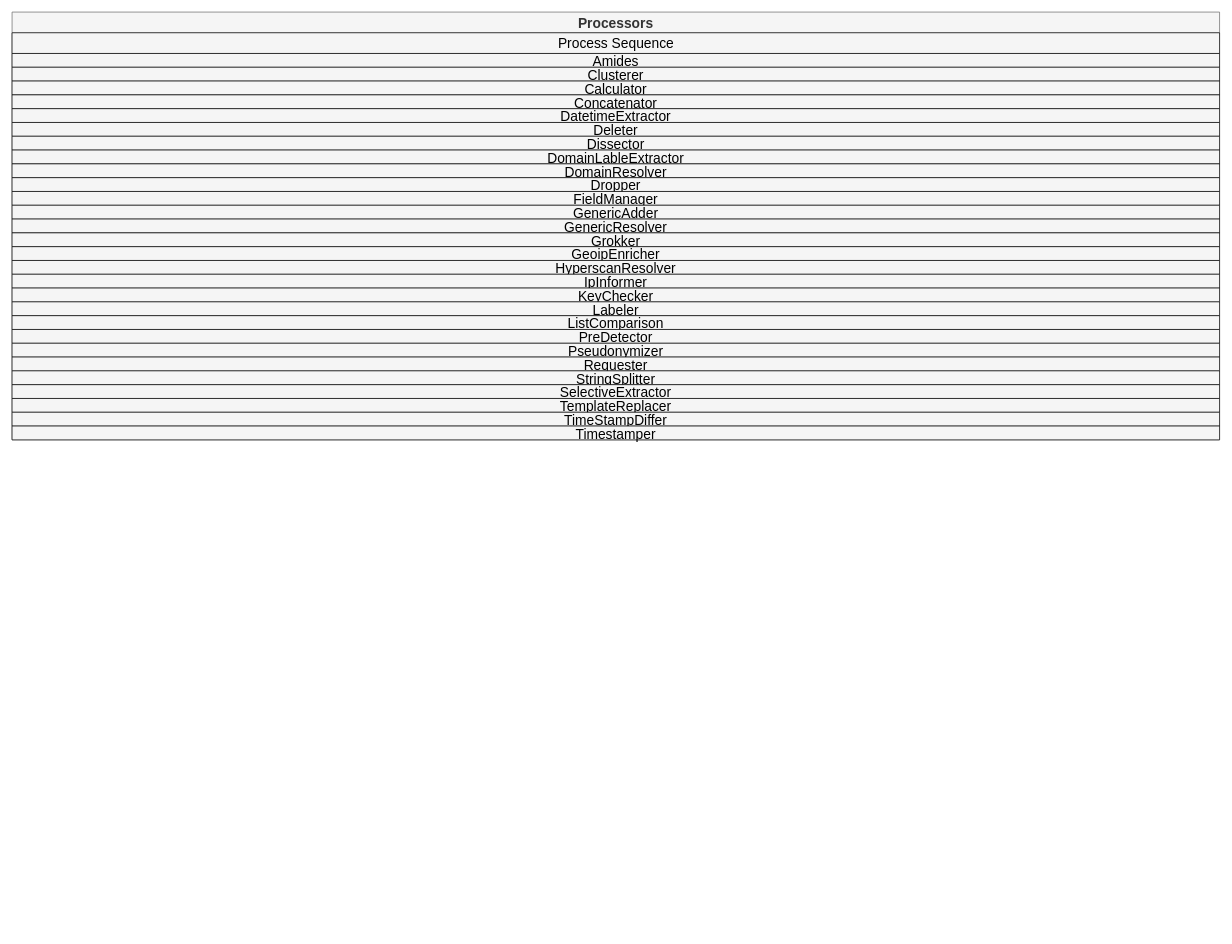
This is doc/source/development/architecture/diagramms/process-Combined.drawio from fkie-cad/Logprep, a draw.io file, before an edit. Source tidied: cells renumbered, new cells numbered last; positions are measured from the earlier drawing's top-left corner, leaving out a move shared by most shapes. Both pictures are drawn from the tidied source at 69%, with x=0, y=0 at pixel (12, 12).
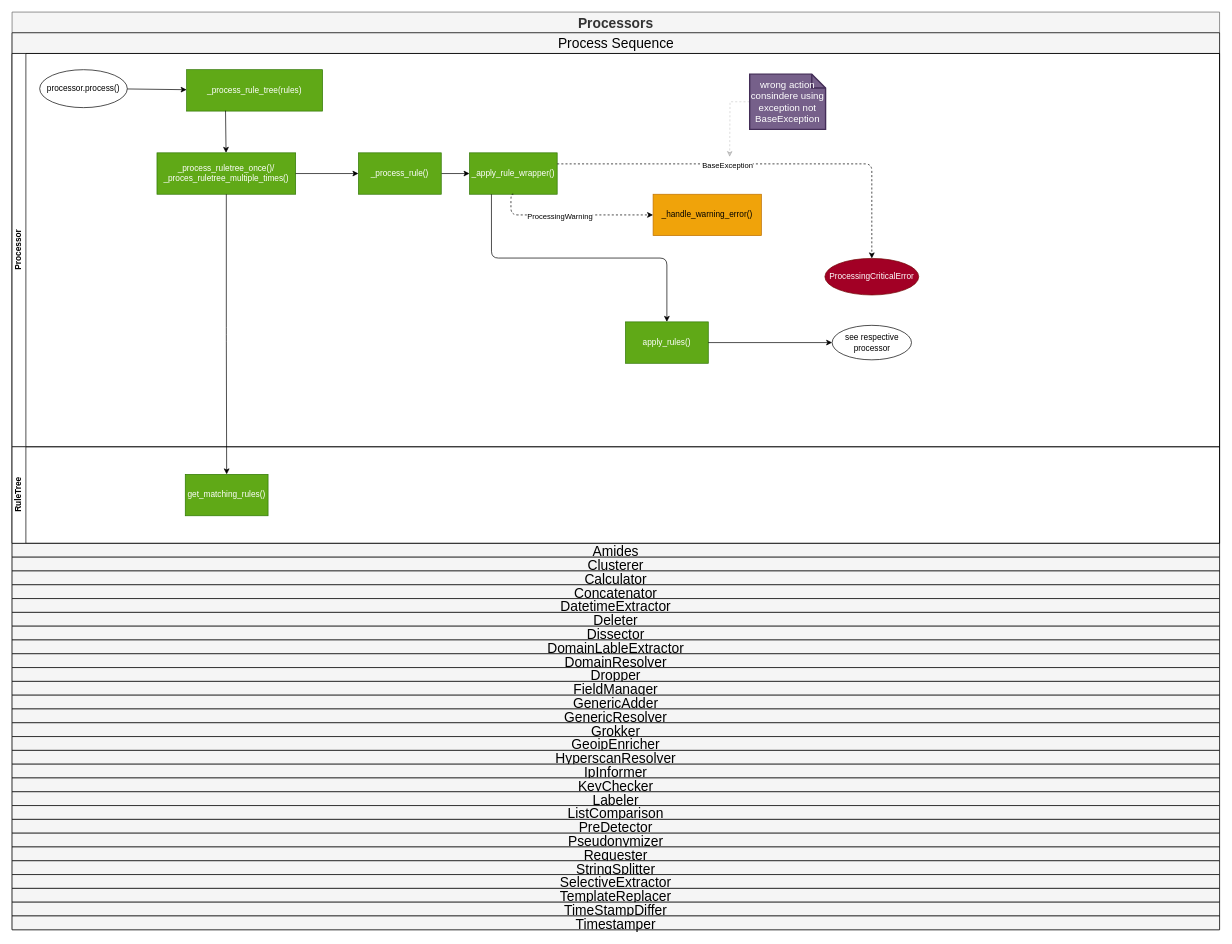
The same diagram, later.

Commit message (it also covers changes not shown here):
Update diagrams for single rule tree

Diff of the diagram source:
```diff
@@
     <mxCell id="2" value="Processors" style="swimlane;horizontal=1;startSize=30;fontSize=20;fontStyle=1;fillColor=#f5f5f5;fontColor=#333333;strokeColor=#666666;" parent="1" vertex="1">
-      <mxGeometry width="1750" height="620" as="geometry" />
+      <mxGeometry width="1750" height="1330" as="geometry" />
     </mxCell>
-    <mxCell id="3" value="&lt;span style=&quot;text-align: left;&quot;&gt;&lt;font style=&quot;font-size: 20px;&quot;&gt;Process Sequence&lt;/font&gt;&lt;/span&gt;" style="swimlane;horizontal=1;startSize=30;html=1;fillColor=#f5f5f5;fontColor=#000000;strokeColor=#000000;fontStyle=0;" parent="2" vertex="1" collapsed="1">
-      <mxGeometry y="30" width="1750" height="30" as="geometry" />
+    <mxCell id="3" value="&lt;span style=&quot;text-align: left;&quot;&gt;&lt;font style=&quot;font-size: 20px;&quot;&gt;Process Sequence&lt;/font&gt;&lt;/span&gt;" style="swimlane;horizontal=1;startSize=30;html=1;fillColor=#f5f5f5;fontColor=#000000;strokeColor=#000000;fontStyle=0;" parent="2" vertex="1">
+      <mxGeometry y="30" width="1750" height="740" as="geometry" />
     </mxCell>
+    <mxCell id="32" value="Processor&lt;br&gt;" style="swimlane;startSize=20;horizontal=0;html=1;" parent="3" vertex="1">
+      <mxGeometry y="30" width="1750" height="570" as="geometry" />
+    </mxCell>
+    <mxCell id="33" value="_process_rule_tree(rules)" style="rounded=0;whiteSpace=wrap;html=1;fillColor=#60a917;fontColor=#ffffff;strokeColor=#2D7600;" parent="32" vertex="1">
+      <mxGeometry x="253" y="23.5" width="197" height="60" as="geometry" />
+    </mxCell>
+    <mxCell id="34" value="_apply_rule_wrapper()" style="whiteSpace=wrap;html=1;rounded=0;fillColor=#60a917;fontColor=#ffffff;strokeColor=#2D7600;" parent="32" vertex="1">
+      <mxGeometry x="663" y="144" width="127" height="60" as="geometry" />
+    </mxCell>
+    <mxCell id="35" style="edgeStyle=none;html=1;" parent="32" edge="1" source="36" target="34">
+      <mxGeometry relative="1" as="geometry" />
+    </mxCell>
+    <mxCell id="36" value="_process_rule()" style="whiteSpace=wrap;html=1;rounded=0;fillColor=#60a917;fontColor=#ffffff;strokeColor=#2D7600;" parent="32" vertex="1">
+      <mxGeometry x="502" y="144" width="120" height="60" as="geometry" />
+    </mxCell>
+    <mxCell id="37" value="apply_rules()" style="whiteSpace=wrap;html=1;rounded=0;fillColor=#60a917;fontColor=#ffffff;strokeColor=#2D7600;" parent="32" vertex="1">
+      <mxGeometry x="889" y="389" width="120" height="60" as="geometry" />
+    </mxCell>
+    <mxCell id="38" style="edgeStyle=orthogonalEdgeStyle;html=1;exitX=0.25;exitY=1;exitDx=0;exitDy=0;" parent="32" edge="1" source="34" target="37">
+      <mxGeometry relative="1" as="geometry" />
+    </mxCell>
+    <mxCell id="39" value="see respective processor" style="ellipse;whiteSpace=wrap;html=1;rounded=0;" parent="32" vertex="1">
+      <mxGeometry x="1188.5" y="394" width="115" height="50" as="geometry" />
+    </mxCell>
+    <mxCell id="40" style="edgeStyle=none;html=1;" parent="32" edge="1" source="37" target="39">
+      <mxGeometry relative="1" as="geometry" />
+    </mxCell>
+    <mxCell id="41" value="_handle_warning_error()" style="rounded=0;whiteSpace=wrap;html=1;fillColor=#f0a30a;fontColor=#000000;strokeColor=#BD7000;" parent="32" vertex="1">
+      <mxGeometry x="929" y="204" width="157" height="60" as="geometry" />
+    </mxCell>
+    <mxCell id="42" style="edgeStyle=orthogonalEdgeStyle;html=1;entryX=0;entryY=0.5;entryDx=0;entryDy=0;dashed=1;exitX=0.5;exitY=1;exitDx=0;exitDy=0;" parent="32" edge="1" source="34" target="41">
+      <mxGeometry relative="1" as="geometry">
+        <Array as="points">
+          <mxPoint x="723" y="234" />
+        </Array>
+      </mxGeometry>
+    </mxCell>
+    <mxCell id="43" value="ProcessingWarning" style="edgeLabel;html=1;align=center;verticalAlign=middle;" parent="42" vertex="1">
+      <mxGeometry x="-0.13" y="-1" relative="1" as="geometry" />
+    </mxCell>
+    <mxCell id="44" value="processor.process()" style="ellipse;whiteSpace=wrap;html=1;" parent="32" vertex="1">
+      <mxGeometry x="40" y="23.5" width="127" height="55" as="geometry" />
+    </mxCell>
+    <mxCell id="45" style="edgeStyle=none;html=1;" parent="32" edge="1" source="44" target="33">
+      <mxGeometry relative="1" as="geometry" />
+    </mxCell>
+    <mxCell id="46" value="_process_ruletree_once()/&lt;br&gt;_proces_ruletree_multiple_times()" style="rounded=0;whiteSpace=wrap;html=1;fillColor=#60a917;fontColor=#ffffff;strokeColor=#2D7600;" parent="32" vertex="1">
+      <mxGeometry x="210" y="144" width="201" height="60" as="geometry" />
+    </mxCell>
+    <mxCell id="47" style="edgeStyle=orthogonalEdgeStyle;html=1;entryX=0;entryY=0.5;entryDx=0;entryDy=0;" parent="32" edge="1" source="46" target="36">
+      <mxGeometry relative="1" as="geometry" />
+    </mxCell>
+    <mxCell id="48" style="edgeStyle=none;html=1;exitX=0.286;exitY=0.99;exitDx=0;exitDy=0;exitPerimeter=0;" parent="32" edge="1" source="33" target="46">
+      <mxGeometry relative="1" as="geometry" />
+    </mxCell>
+    <mxCell id="49" style="edgeStyle=orthogonalEdgeStyle;rounded=0;jettySize=auto;html=1;exitX=0;exitY=0.5;exitDx=0;exitDy=0;exitPerimeter=0;dashed=1;opacity=20;" parent="32" edge="1" source="50">
+      <mxGeometry relative="1" as="geometry">
+        <mxPoint x="1040" y="150" as="targetPoint" />
+      </mxGeometry>
+    </mxCell>
+    <mxCell id="50" value="wrong action consindere using exception not BaseException" style="shape=note;strokeWidth=2;fontSize=14;size=20;whiteSpace=wrap;html=1;fillColor=#76608a;strokeColor=#432D57;fontColor=#ffffff;" parent="32" vertex="1">
+      <mxGeometry x="1069" y="30" width="110" height="80" as="geometry" />
+    </mxCell>
+    <mxCell id="51" value="RuleTree" style="swimlane;startSize=20;horizontal=0;html=1;" parent="3" vertex="1">
+      <mxGeometry y="600" width="1750" height="140" as="geometry" />
+    </mxCell>
+    <mxCell id="52" value="ProcessingCriticalError" style="ellipse;whiteSpace=wrap;html=1;fillColor=#a20025;fontColor=#ffffff;strokeColor=#6F0000;" parent="51" vertex="1">
+      <mxGeometry x="1178" y="-273" width="136" height="53" as="geometry" />
+    </mxCell>
+    <mxCell id="53" value="get_matching_rules()" style="rounded=0;whiteSpace=wrap;html=1;fillColor=#60a917;fontColor=#ffffff;strokeColor=#2D7600;" parent="51" vertex="1">
+      <mxGeometry x="251" y="40" width="120" height="60" as="geometry" />
+    </mxCell>
+    <mxCell id="54" style="edgeStyle=orthogonalEdgeStyle;html=1;dashed=1;entryX=0.5;entryY=0;entryDx=0;entryDy=0;" parent="3" edge="1" source="34" target="52">
+      <mxGeometry relative="1" as="geometry">
+        <Array as="points">
+          <mxPoint x="1246" y="190" />
+        </Array>
+      </mxGeometry>
+    </mxCell>
+    <mxCell id="55" value="BaseException" style="edgeLabel;html=1;align=center;verticalAlign=middle;" parent="54" vertex="1">
+      <mxGeometry x="-0.17" y="-1" relative="1" as="geometry" />
+    </mxCell>
+    <mxCell id="56" style="edgeStyle=orthogonalEdgeStyle;html=1;" parent="3" edge="1" source="46" target="53">
+      <mxGeometry relative="1" as="geometry" />
+    </mxCell>
     <mxCell id="4" value="Amides" style="swimlane;horizontal=1;startSize=30;fontSize=20;fontStyle=0;fillColor=#f5f5f5;fontColor=#000000;strokeColor=#000000;verticalAlign=middle;" parent="2" vertex="1" collapsed="1">
-      <mxGeometry y="60" width="1750" height="20" as="geometry" />
+      <mxGeometry y="770" width="1750" height="20" as="geometry" />
     </mxCell>
     <mxCell id="5" value="Clusterer" style="swimlane;horizontal=1;startSize=30;fontSize=20;fontStyle=0;fillColor=#f5f5f5;fontColor=#000000;strokeColor=#000000;" parent="2" vertex="1" collapsed="1">
-      <mxGeometry y="80" width="1750" height="20" as="geometry" />
+      <mxGeometry y="790" width="1750" height="20" as="geometry" />
     </mxCell>
     <mxCell id="6" value="Calculator" style="swimlane;horizontal=1;startSize=30;fontSize=20;fontStyle=0;fillColor=#f5f5f5;fontColor=#000000;strokeColor=#000000;labelBorderColor=none;swimlaneFillColor=none;" parent="2" vertex="1" collapsed="1">
-      <mxGeometry y="100" width="1750" height="20" as="geometry" />
+      <mxGeometry y="810" width="1750" height="20" as="geometry" />
     </mxCell>
     <mxCell id="7" value="Concatenator" style="swimlane;horizontal=1;startSize=40;fontSize=20;fillColor=#f5f5f5;fontColor=#000000;fontStyle=0;swimlaneFillColor=none;gradientColor=none;strokeColor=#000000;" parent="2" vertex="1" collapsed="1">
-      <mxGeometry y="120" width="1750" height="20" as="geometry" />
+      <mxGeometry y="830" width="1750" height="20" as="geometry" />
     </mxCell>
     <mxCell id="8" value="DatetimeExtractor" style="swimlane;horizontal=1;startSize=40;fontSize=20;fontStyle=0;fillColor=#f5f5f5;labelBorderColor=none;fontColor=#000000;strokeColor=#000000;" parent="2" vertex="1" collapsed="1">
-      <mxGeometry y="140" width="1750" height="20" as="geometry" />
+      <mxGeometry y="850" width="1750" height="20" as="geometry" />
     </mxCell>
     <mxCell id="9" value="Deleter" style="swimlane;horizontal=1;startSize=20;fontStyle=0;fontSize=20;fillColor=#F5F5F5;fontColor=#000000;strokeColor=#000000;" parent="2" vertex="1" collapsed="1">
-      <mxGeometry y="160" width="1750" height="20" as="geometry" />
+      <mxGeometry y="870" width="1750" height="20" as="geometry" />
     </mxCell>
     <mxCell id="10" value="Dissector" style="swimlane;horizontal=1;startSize=30;fontStyle=0;fontSize=20;fillColor=#f5f5f5;fontColor=#000000;strokeColor=#000000;" parent="2" vertex="1" collapsed="1">
-      <mxGeometry y="180" width="1750" height="20" as="geometry" />
+      <mxGeometry y="890" width="1750" height="20" as="geometry" />
     </mxCell>
     <mxCell id="11" value="DomainLableExtractor" style="swimlane;horizontal=1;startSize=30;fontStyle=0;fontSize=20;strokeColor=#000000;fillColor=#f5f5f5;fontColor=#000000;" parent="2" vertex="1" collapsed="1">
-      <mxGeometry y="200" width="1750" height="20" as="geometry" />
+      <mxGeometry y="910" width="1750" height="20" as="geometry" />
     </mxCell>
     <mxCell id="12" value="DomainResolver" style="swimlane;horizontal=1;startSize=30;fontStyle=0;fontColor=#000000;fontSize=20;strokeColor=#000000;fillColor=#F5F5F5;" parent="2" vertex="1" collapsed="1">
-      <mxGeometry y="220" width="1750" height="20" as="geometry" />
+      <mxGeometry y="930" width="1750" height="20" as="geometry" />
     </mxCell>
     <mxCell id="13" value="Dropper" style="swimlane;horizontal=1;startSize=30;fontStyle=0;fontSize=20;fontColor=#000000;fillColor=#F5F5F5;strokeColor=#000000;" parent="2" vertex="1" collapsed="1">
-      <mxGeometry y="240" width="1750" height="20" as="geometry" />
+      <mxGeometry y="950" width="1750" height="20" as="geometry" />
     </mxCell>
     <mxCell id="14" value="FieldManager" style="swimlane;horizontal=1;startSize=30;fontStyle=0;fontSize=20;fontColor=#000000;strokeColor=#000000;fillColor=#F5F5F5;" parent="2" vertex="1" collapsed="1">
-      <mxGeometry y="260" width="1750" height="20" as="geometry" />
+      <mxGeometry y="970" width="1750" height="20" as="geometry" />
     </mxCell>
     <mxCell id="15" value="GenericAdder" style="swimlane;horizontal=1;startSize=30;fontStyle=0;fontSize=20;fontColor=#000000;strokeColor=#000000;fillColor=#F5F5F5;" parent="2" vertex="1" collapsed="1">
-      <mxGeometry y="280" width="1750" height="20" as="geometry" />
+      <mxGeometry y="990" width="1750" height="20" as="geometry" />
     </mxCell>
     <mxCell id="16" value="GenericResolver" style="swimlane;horizontal=1;startSize=30;fontStyle=0;fontSize=20;fontColor=#000000;strokeColor=#000000;fillColor=#F5F5F5;" parent="2" vertex="1" collapsed="1">
-      <mxGeometry y="300" width="1750" height="20" as="geometry" />
+      <mxGeometry y="1010" width="1750" height="20" as="geometry" />
     </mxCell>
     <mxCell id="17" value="Grokker" style="swimlane;horizontal=1;startSize=30;fontStyle=0;fontSize=20;fontColor=#000000;strokeColor=#000000;fillColor=#F5F5F5;" parent="2" vertex="1" collapsed="1">
-      <mxGeometry y="320" width="1750" height="20" as="geometry" />
+      <mxGeometry y="1030" width="1750" height="20" as="geometry" />
     </mxCell>
     <mxCell id="18" value="GeoipEnricher" style="swimlane;horizontal=1;startSize=30;fontStyle=0;fontSize=20;fontColor=#000000;strokeColor=#000000;fillColor=#F5F5F5;" parent="2" vertex="1" collapsed="1">
-      <mxGeometry y="340" width="1750" height="20" as="geometry" />
+      <mxGeometry y="1050" width="1750" height="20" as="geometry" />
     </mxCell>
     <mxCell id="19" value="HyperscanResolver" style="swimlane;horizontal=1;startSize=30;fontStyle=0;fontColor=#000000;fontSize=20;fillColor=#F5F5F5;strokeColor=#000000;" parent="2" vertex="1" collapsed="1">
-      <mxGeometry y="360" width="1750" height="20" as="geometry" />
+      <mxGeometry y="1070" width="1750" height="20" as="geometry" />
     </mxCell>
     <mxCell id="20" value="IpInformer" style="swimlane;horizontal=1;startSize=30;fontStyle=0;fontColor=#000000;fontSize=20;fillColor=#F5F5F5;strokeColor=#000000;" parent="2" vertex="1" collapsed="1">
-      <mxGeometry y="380" width="1750" height="20" as="geometry" />
+      <mxGeometry y="1090" width="1750" height="20" as="geometry" />
     </mxCell>
     <mxCell id="21" value="KeyChecker" style="swimlane;horizontal=1;startSize=30;fontStyle=0;fontColor=#000000;fontSize=20;strokeColor=#000000;fillColor=#F5F5F5;" parent="2" vertex="1" collapsed="1">
-      <mxGeometry y="400" width="1750" height="20" as="geometry" />
+      <mxGeometry y="1110" width="1750" height="20" as="geometry" />
     </mxCell>
     <mxCell id="22" value="Labeler" style="swimlane;horizontal=1;startSize=30;fontStyle=0;fontColor=#000000;fontSize=20;strokeColor=#000000;fillColor=#F5F5F5;" parent="2" vertex="1" collapsed="1">
-      <mxGeometry y="420" width="1750" height="20" as="geometry" />
+      <mxGeometry y="1130" width="1750" height="20" as="geometry" />
     </mxCell>
     <mxCell id="23" value="ListComparison" style="swimlane;horizontal=1;startSize=30;fontStyle=0;fontColor=#000000;fontSize=20;strokeColor=#000000;fillColor=#F5F5F5;" parent="2" vertex="1" collapsed="1">
-      <mxGeometry y="440" width="1750" height="20" as="geometry" />
+      <mxGeometry y="1150" width="1750" height="20" as="geometry" />
     </mxCell>
     <mxCell id="24" value="PreDetector" style="swimlane;horizontal=1;startSize=30;fontStyle=0;fontColor=#000000;fontSize=20;strokeColor=#000000;fillColor=#F5F5F5;" parent="2" vertex="1" collapsed="1">
-      <mxGeometry y="460" width="1750" height="20" as="geometry" />
+      <mxGeometry y="1170" width="1750" height="20" as="geometry" />
     </mxCell>
     <mxCell id="25" value="Pseudonymizer" style="swimlane;horizontal=1;startSize=30;fontStyle=0;fontColor=#000000;fontSize=20;strokeColor=#000000;fillColor=#F5F5F5;" parent="2" vertex="1" collapsed="1">
-      <mxGeometry y="480" width="1750" height="20" as="geometry" />
+      <mxGeometry y="1190" width="1750" height="20" as="geometry" />
     </mxCell>
     <mxCell id="26" value="Requester" style="swimlane;horizontal=1;startSize=30;fontStyle=0;fontSize=20;fontColor=#000000;strokeColor=#000000;fillColor=#F5F5F5;" parent="2" vertex="1" collapsed="1">
-      <mxGeometry y="500" width="1750" height="20" as="geometry" />
+      <mxGeometry y="1210" width="1750" height="20" as="geometry" />
     </mxCell>
     <mxCell id="27" value="StringSplitter" style="swimlane;horizontal=1;startSize=30;fontStyle=0;fontColor=#000000;fontSize=20;strokeColor=#000000;fillColor=#F5F5F5;" parent="2" vertex="1" collapsed="1">
-      <mxGeometry y="520" width="1750" height="20" as="geometry" />
+      <mxGeometry y="1230" width="1750" height="20" as="geometry" />
     </mxCell>
     <mxCell id="28" value="SelectiveExtractor" style="swimlane;horizontal=1;startSize=30;fontStyle=0;fontSize=20;fontColor=#000000;fillColor=#F5F5F5;strokeColor=#000000;" parent="2" vertex="1" collapsed="1">
-      <mxGeometry y="540" width="1750" height="20" as="geometry" />
+      <mxGeometry y="1250" width="1750" height="20" as="geometry" />
     </mxCell>
     <mxCell id="29" value="TemplateReplacer" style="swimlane;horizontal=1;startSize=30;fontStyle=0;fontColor=#000000;fontSize=20;fillColor=#F5F5F5;strokeColor=#000000;" parent="2" vertex="1" collapsed="1">
-      <mxGeometry y="560" width="1750" height="20" as="geometry" />
+      <mxGeometry y="1270" width="1750" height="20" as="geometry" />
     </mxCell>
     <mxCell id="30" value="TimeStampDiffer" style="swimlane;horizontal=1;startSize=40;fontStyle=0;fontColor=#000000;fontSize=20;strokeColor=#000000;fillColor=#F5F5F5;" parent="2" vertex="1" collapsed="1">
-      <mxGeometry y="580" width="1750" height="20" as="geometry" />
+      <mxGeometry y="1290" width="1750" height="20" as="geometry" />
     </mxCell>
     <mxCell id="31" value="Timestamper" style="swimlane;horizontal=1;startSize=30;fontStyle=0;fontColor=#000000;fontSize=20;fillColor=#F5F5F5;strokeColor=#000000;" parent="2" vertex="1" collapsed="1">
-      <mxGeometry y="600" width="1750" height="20" as="geometry" />
+      <mxGeometry y="1310" width="1750" height="20" as="geometry" />
     </mxCell>
```
